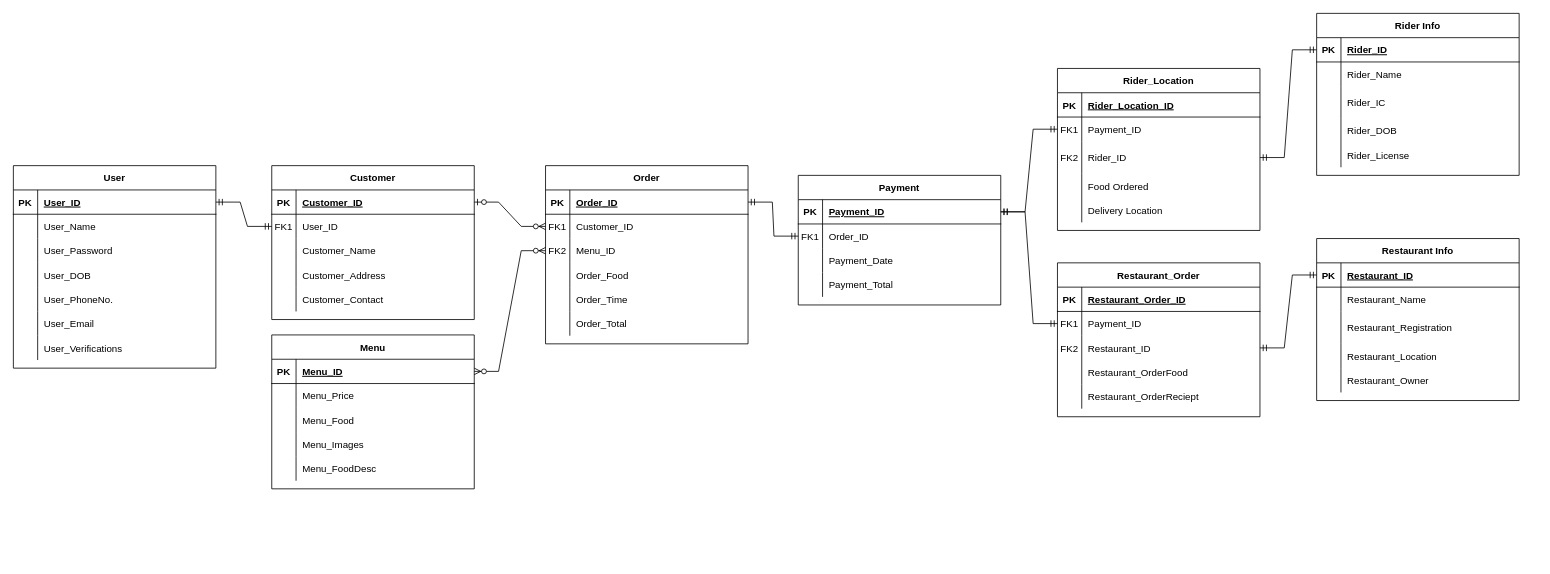
This is KuchingERD.drawio from AmirAini/BackEndDay1, a draw.io file, before an edit. Source tidied: cells renumbered, new cells numbered last; positions are measured from the earlier drawing's top-left corner, leaving out a move shared by most shapes. Both pictures are drawn from the tidied source at 81%, with x=0, y=0 at pixel (13, 13).
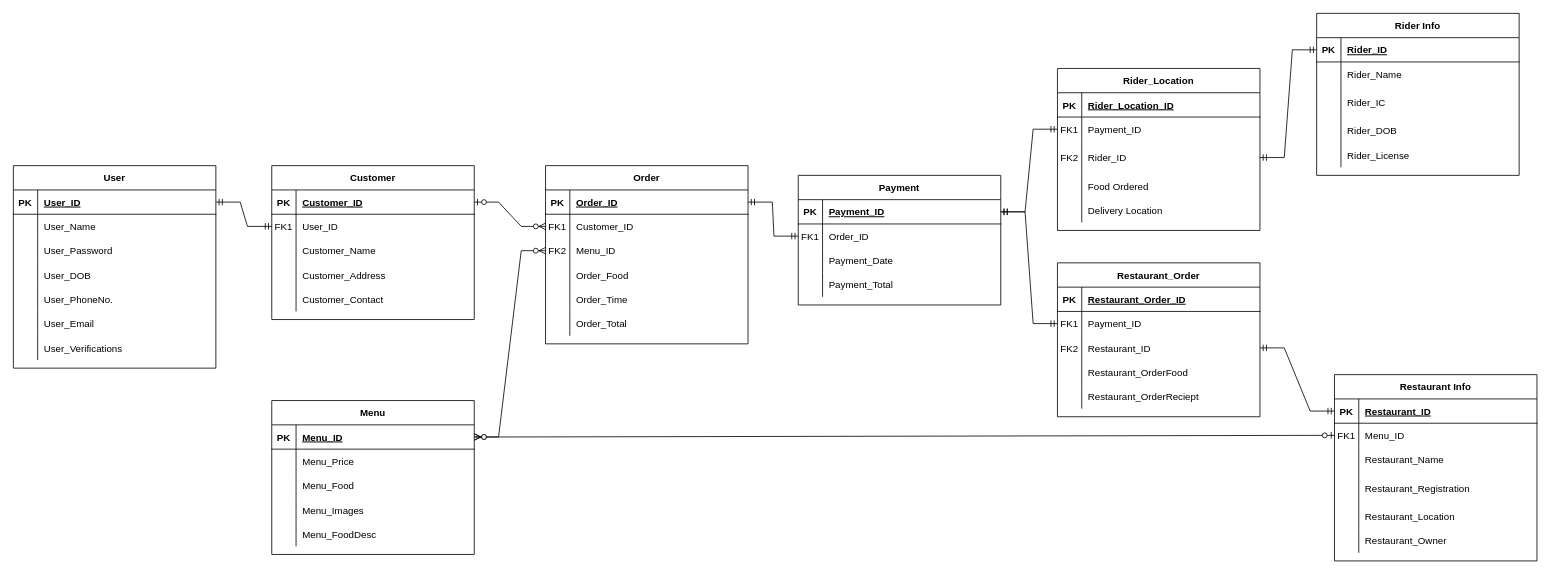
The same diagram, later.

Unchanged cells that the change refers to:
```xml
<mxCell id="42" style="shape=partialRectangle;fillColor=none;points=[[0,0.5],[1,0.5]];portConstraint=eastwest;top=0;left=0;right=0;bottom=1;" parent="41" vertex="1">
  <mxGeometry y="30" width="250" height="30" as="geometry" />
</mxCell>
```

Change to the diagram source:
```diff
@@
     <mxCell id="41" value="Menu" style="shape=table;startSize=30;childLayout=tableLayout;rowLines=0;fontStyle=1;align=center;" parent="1" vertex="1">
-      <mxGeometry x="319" y="397" width="250" height="190" as="geometry" />
+      <mxGeometry x="319" y="478" width="250" height="190" as="geometry" />
     </mxCell>
@@
     <mxCell id="143" value="Restaurant Info" style="shape=table;startSize=30;childLayout=tableLayout;rowLines=0;fontStyle=1;align=center;" parent="1" vertex="1">
-      <mxGeometry x="1609" y="278" width="250" height="200" as="geometry" />
+      <mxGeometry x="1631" y="446" width="250" height="230" as="geometry" />
     </mxCell>
@@
+    <mxCell id="160" style="shape=partialRectangle;fillColor=none;points=[[0,0.5],[1,0.5]];portConstraint=eastwest;top=0;left=0;right=0;bottom=0;" parent="143" vertex="1">
+      <mxGeometry y="60" width="250" height="30" as="geometry" />
+    </mxCell>
+    <mxCell id="161" value="FK1" style="shape=partialRectangle;overflow=hidden;fillColor=none;top=0;left=0;bottom=0;right=0;" parent="160" vertex="1">
+      <mxGeometry width="30" height="30" as="geometry" />
+    </mxCell>
+    <mxCell id="162" value="Menu_ID" style="shape=partialRectangle;overflow=hidden;fillColor=none;top=0;left=0;bottom=0;right=0;align=left;spacingLeft=6;" parent="160" vertex="1">
+      <mxGeometry x="30" width="220" height="30" as="geometry" />
+    </mxCell>
     <mxCell id="147" style="shape=partialRectangle;fillColor=none;top=0;left=0;right=0;bottom=0;" parent="143" vertex="1">
-      <mxGeometry y="60" width="250" height="30" as="geometry" />
+      <mxGeometry y="90" width="250" height="30" as="geometry" />
     </mxCell>
@@
     <mxCell id="150" style="shape=partialRectangle;fillColor=none;top=0;left=0;right=0;bottom=0;" parent="143" vertex="1">
-      <mxGeometry y="90" width="250" height="40" as="geometry" />
+      <mxGeometry y="120" width="250" height="40" as="geometry" />
     </mxCell>
@@
     <mxCell id="153" style="shape=partialRectangle;fillColor=none;top=0;left=0;right=0;bottom=0;" parent="143" vertex="1">
-      <mxGeometry y="130" width="250" height="30" as="geometry" />
+      <mxGeometry y="160" width="250" height="30" as="geometry" />
     </mxCell>
@@
     <mxCell id="156" style="shape=partialRectangle;fillColor=none;top=0;left=0;right=0;bottom=0;" parent="143" vertex="1">
-      <mxGeometry y="160" width="250" height="30" as="geometry" />
+      <mxGeometry y="190" width="250" height="30" as="geometry" />
     </mxCell>
@@
+    <mxCell id="163" style="edgeStyle=entityRelationEdgeStyle;fontSize=12;html=1;endArrow=ERzeroToMany;startArrow=ERzeroToOne;rounded=0;" parent="1" edge="1" source="160" target="42">
+      <mxGeometry relative="1" as="geometry" />
+    </mxCell>
```
